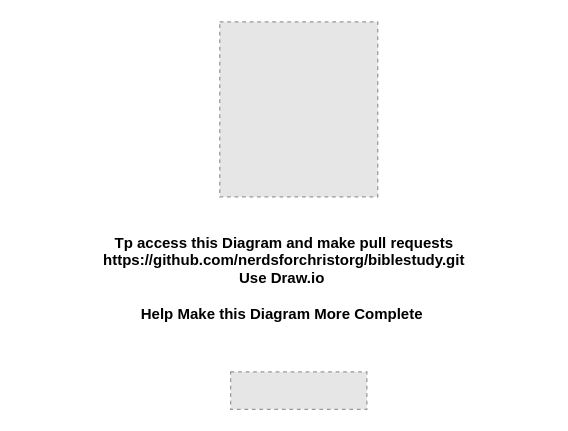
nerdsforchristorg/biblestudy keeps this draw.io diagram as page "Page-2" (2 of 2) of Growing_In_Christ.drawio. Above is the earlier version. Source tidied: cells renumbered, new cells numbered last; positions are measured from the earlier drawing's top-left corner, leaving out a move shared by most shapes. Both pictures are drawn from the tidied source at 125%, with x=0, y=0 at pixel (21, 21). Pictures stored in the file or linked from it are replaced by grey dashed boxes.
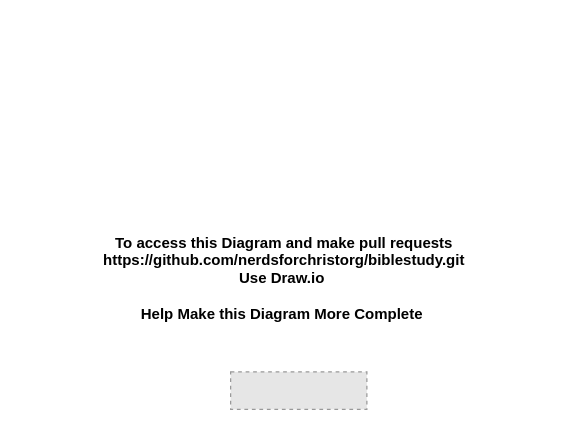
After the change.

What changed in the source:
```diff
@@
 <mxGraphModel>
   <root>
     <mxCell id="0" />
     <mxCell id="1" parent="0" />
-    <mxCell id="2" value="Tp access this Diagram and make pull requests https://github.com/nerdsforchristorg/biblestudy.git&lt;br&gt;Use Draw.io&amp;nbsp;&lt;br&gt;&lt;br&gt;Help Make this Diagram More Complete&amp;nbsp;" style="text;html=1;strokeColor=none;fillColor=none;align=center;verticalAlign=middle;whiteSpace=wrap;rounded=0;dashed=1;dashPattern=1 4;fontSize=12;fontStyle=1;" parent="1" vertex="1">
+    <mxCell id="2" value="To access this Diagram and make pull requests https://github.com/nerdsforchristorg/biblestudy.git&lt;br&gt;Use Draw.io&amp;nbsp;&lt;br&gt;&lt;br&gt;Help Make this Diagram More Complete&amp;nbsp;" style="text;html=1;strokeColor=none;fillColor=none;align=center;verticalAlign=middle;whiteSpace=wrap;rounded=0;dashed=1;dashPattern=1 4;fontSize=12;fontStyle=1;" parent="1" vertex="1">
       <mxGeometry y="160" width="420" height="90" as="geometry" />
     </mxCell>
-    <mxCell id="3" style="fillColor=#E6E6E6;strokeColor=#999999;dashed=1;verticalLabelPosition=bottom;labelBackgroundColor=#ffffff;verticalAlign=top;" parent="1" vertex="1">
-      <mxGeometry x="158.3" width="126.4" height="140" as="geometry" />
-    </mxCell>
     <mxCell id="4" style="fillColor=#E6E6E6;strokeColor=#999999;dashed=1;verticalLabelPosition=bottom;labelBackgroundColor=#ffffff;verticalAlign=top;" parent="1" vertex="1">
       <mxGeometry x="167" y="280" width="109" height="30" as="geometry" />
     </mxCell>
   </root>
 </mxGraphModel>
```
